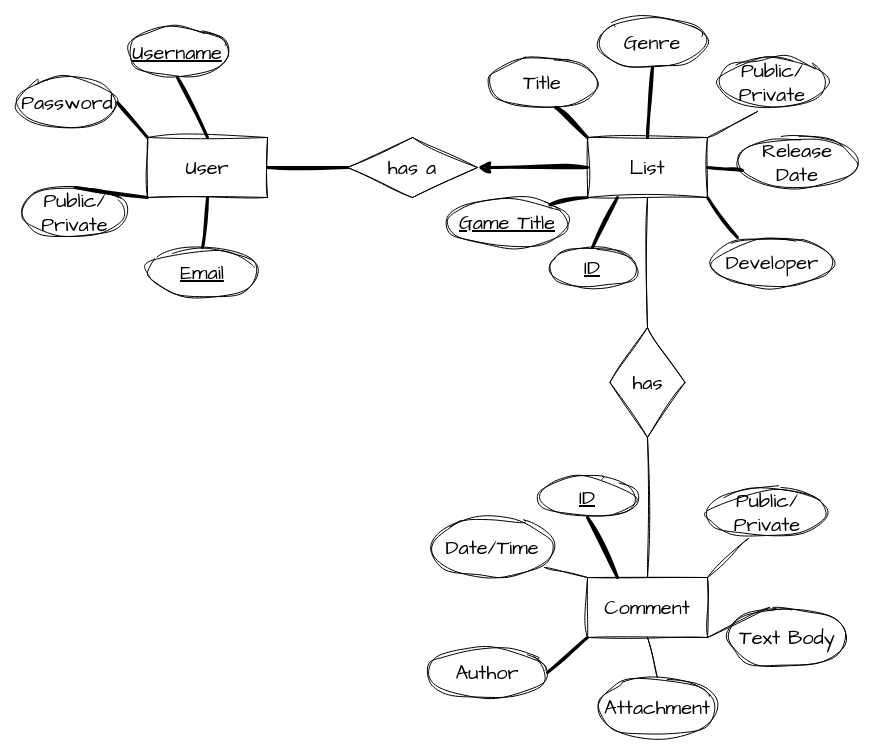
The draw.io diagram zeekERD.drawio in KMoussa33/Zeek, before the edit. Source tidied: cells renumbered, new cells numbered last; positions are measured from the earlier drawing's top-left corner, leaving out a move shared by most shapes. Both pictures are drawn from the tidied source at 100%, with x=0, y=0 at pixel (17, 17).
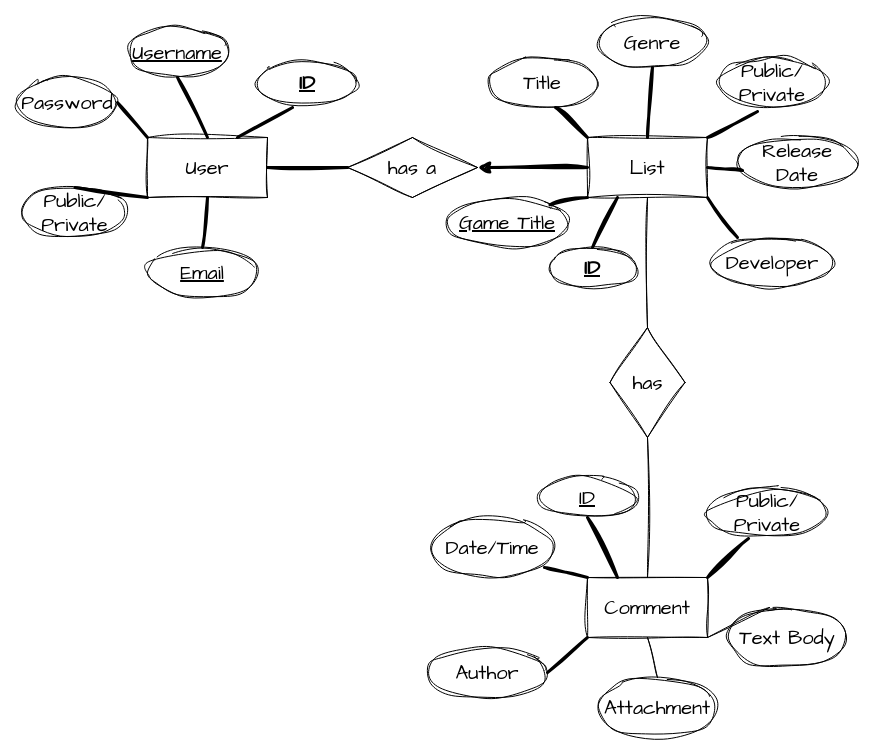
Above is the later version.

Commit message:
primary key allocation

The change refers to these unchanged cells:
```xml
<mxCell id="2" value="User" style="rounded=0;whiteSpace=wrap;html=1;sketch=1;hachureGap=4;jiggle=2;curveFitting=1;fontFamily=Architects Daughter;fontSize=20;" parent="1" vertex="1">
  <mxGeometry x="130" y="120" width="120" height="60" as="geometry" />
</mxCell>
<mxCell id="14" value="Public/ Private" style="ellipse;whiteSpace=wrap;html=1;sketch=1;hachureGap=4;jiggle=2;curveFitting=1;fontFamily=Architects Daughter;fontSize=20;" parent="1" vertex="1">
  <mxGeometry x="700" y="40" width="110" height="50" as="geometry" />
</mxCell>
<mxCell id="27" value="Comment" style="rounded=0;whiteSpace=wrap;html=1;sketch=1;hachureGap=4;jiggle=2;curveFitting=1;fontFamily=Architects Daughter;fontSize=20;" parent="1" vertex="1">
  <mxGeometry x="570" y="560" width="120" height="60" as="geometry" />
</mxCell>
<mxCell id="30" value="Date/Time" style="ellipse;whiteSpace=wrap;html=1;sketch=1;hachureGap=4;jiggle=2;curveFitting=1;fontFamily=Architects Daughter;fontSize=20;" parent="1" vertex="1">
  <mxGeometry x="415" y="500" width="120" height="60" as="geometry" />
</mxCell>
<mxCell id="34" value="Public/ Private" style="ellipse;whiteSpace=wrap;html=1;sketch=1;hachureGap=4;jiggle=2;curveFitting=1;fontFamily=Architects Daughter;fontSize=20;" parent="1" vertex="1">
  <mxGeometry x="690" y="470" width="120" height="50" as="geometry" />
</mxCell>
```

What changed in the source:
```diff
@@
-    <mxCell id="21" style="endArrow=none;html=1;sketch=1;hachureGap=4;jiggle=2;curveFitting=1;strokeWidth=1;fontFamily=Architects Daughter;fontSize=16;entryX=0.364;entryY=1.08;entryDx=0;entryDy=0;entryPerimeter=0;" parent="1" edge="1" target="14">
+    <mxCell id="21" style="endArrow=none;html=1;sketch=1;hachureGap=4;jiggle=2;curveFitting=1;strokeWidth=3;fontFamily=Architects Daughter;fontSize=16;entryX=0.364;entryY=1.08;entryDx=0;entryDy=0;entryPerimeter=0;" parent="1" edge="1" target="14">
       <mxGeometry relative="1" as="geometry">
         <mxPoint x="690" y="120" as="sourcePoint" />
       </mxGeometry>
     </mxCell>
@@
-    <mxCell id="35" style="endArrow=none;html=1;sketch=1;hachureGap=4;jiggle=2;curveFitting=1;strokeWidth=1;fontFamily=Architects Daughter;fontSize=16;entryX=0;entryY=0;entryDx=0;entryDy=0;exitX=0.933;exitY=0.833;exitDx=0;exitDy=0;exitPerimeter=0;" parent="1" edge="1" source="30" target="27">
+    <mxCell id="35" style="endArrow=none;html=1;sketch=1;hachureGap=4;jiggle=2;curveFitting=1;strokeWidth=3;fontFamily=Architects Daughter;fontSize=16;entryX=0;entryY=0;entryDx=0;entryDy=0;exitX=0.933;exitY=0.833;exitDx=0;exitDy=0;exitPerimeter=0;" parent="1" edge="1" source="30" target="27">
       <mxGeometry relative="1" as="geometry" />
     </mxCell>
@@
-    <mxCell id="37" style="endArrow=none;html=1;sketch=1;hachureGap=4;jiggle=2;curveFitting=1;strokeWidth=1;fontFamily=Architects Daughter;fontSize=16;entryX=1;entryY=0;entryDx=0;entryDy=0;exitX=0.342;exitY=1.02;exitDx=0;exitDy=0;exitPerimeter=0;" parent="1" edge="1" source="34" target="27">
+    <mxCell id="37" style="endArrow=none;html=1;sketch=1;hachureGap=4;jiggle=2;curveFitting=1;strokeWidth=3;fontFamily=Architects Daughter;fontSize=16;entryX=1;entryY=0;entryDx=0;entryDy=0;exitX=0.342;exitY=1.02;exitDx=0;exitDy=0;exitPerimeter=0;" parent="1" edge="1" source="34" target="27">
       <mxGeometry relative="1" as="geometry" />
     </mxCell>
@@
-    <mxCell id="42" value="&lt;u&gt;ID&lt;/u&gt;" style="ellipse;whiteSpace=wrap;html=1;sketch=1;hachureGap=4;jiggle=2;curveFitting=1;fontFamily=Architects Daughter;fontSize=20;" parent="1" vertex="1">
+    <mxCell id="42" value="&lt;u&gt;&lt;b&gt;ID&lt;/b&gt;&lt;/u&gt;" style="ellipse;whiteSpace=wrap;html=1;sketch=1;hachureGap=4;jiggle=2;curveFitting=1;fontFamily=Architects Daughter;fontSize=20;" parent="1" vertex="1">
       <mxGeometry x="530" y="230" width="90" height="40" as="geometry" />
     </mxCell>
@@
+    <mxCell id="45" value="&lt;u&gt;&lt;b&gt;ID&lt;/b&gt;&lt;/u&gt;" style="ellipse;whiteSpace=wrap;html=1;sketch=1;hachureGap=4;jiggle=2;curveFitting=1;fontFamily=Architects Daughter;fontSize=20;" parent="1" vertex="1">
+      <mxGeometry x="240" y="42.5" width="100" height="45" as="geometry" />
+    </mxCell>
+    <mxCell id="46" style="endArrow=none;html=1;sketch=1;hachureGap=4;jiggle=2;curveFitting=1;strokeWidth=3;fontFamily=Architects Daughter;fontSize=16;exitX=0.75;exitY=0;exitDx=0;exitDy=0;entryX=0.35;entryY=1.056;entryDx=0;entryDy=0;entryPerimeter=0;" parent="1" edge="1" source="2" target="45">
+      <mxGeometry relative="1" as="geometry" />
+    </mxCell>
```
